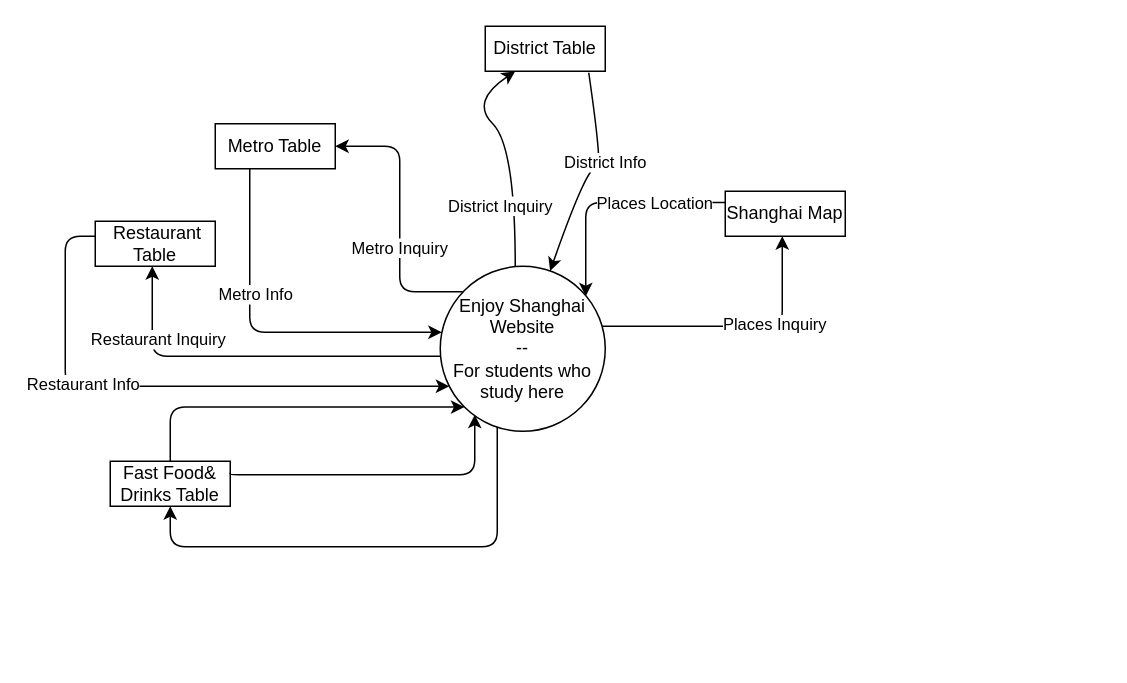
Earlier version of the draw.io diagram Untitled Diagram.drawio (oscarzhu8/Assignment). Source tidied: cells renumbered, new cells numbered last; positions are measured from the earlier drawing's top-left corner, leaving out a move shared by most shapes. Both pictures are drawn from the tidied source at 150%, with x=0, y=0 at pixel (64, 26).
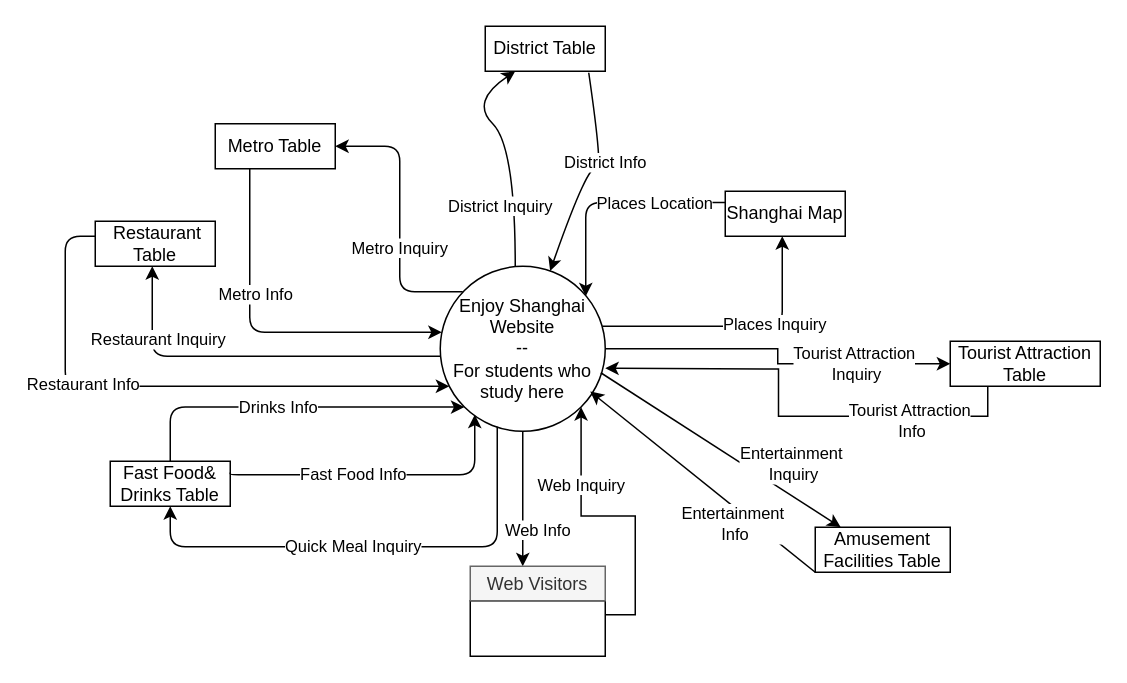
The same page after the edit.

Unchanged cells that the change refers to:
```xml
<mxCell id="2" value="Enjoy Shanghai Website&lt;br&gt;--&lt;br&gt;For students who study here" style="ellipse;whiteSpace=wrap;html=1;" parent="1" vertex="1">
  <mxGeometry x="250" y="160" width="110" height="110" as="geometry" />
</mxCell>
```

The edit, as a diff of the source:
```diff
@@
+    <mxCell id="27" style="edgeStyle=orthogonalEdgeStyle;rounded=0;jettySize=auto;html=1;exitX=0.5;exitY=1;exitDx=0;exitDy=0;entryX=0.389;entryY=0;entryDx=0;entryDy=0;entryPerimeter=0;" parent="1" edge="1" source="2" target="34">
+      <mxGeometry relative="1" as="geometry" />
+    </mxCell>
+    <mxCell id="28" style="edgeStyle=orthogonalEdgeStyle;rounded=0;jettySize=auto;html=1;exitX=1;exitY=0.5;exitDx=0;exitDy=0;entryX=0;entryY=0.5;entryDx=0;entryDy=0;" parent="1" edge="1" source="2" target="39">
+      <mxGeometry relative="1" as="geometry" />
+    </mxCell>
@@
+    <mxCell id="29" value="Quick Meal Inquiry" style="edgeLabel;html=1;align=center;verticalAlign=middle;" parent="1" vertex="1">
+      <mxGeometry x="450" y="408" as="geometry">
+        <mxPoint x="-259" y="-62" as="offset" />
+      </mxGeometry>
+    </mxCell>
+    <mxCell id="30" value="Fast Food Info" style="edgeLabel;html=1;align=center;verticalAlign=middle;" parent="1" vertex="1">
+      <mxGeometry x="450" y="360" as="geometry">
+        <mxPoint x="-259" y="-62" as="offset" />
+      </mxGeometry>
+    </mxCell>
+    <mxCell id="31" value="Drinks Info" style="edgeLabel;html=1;align=center;verticalAlign=middle;" parent="1" vertex="1">
+      <mxGeometry x="400" y="315" as="geometry">
+        <mxPoint x="-259" y="-62" as="offset" />
+      </mxGeometry>
+    </mxCell>
+    <mxCell id="32" style="edgeStyle=orthogonalEdgeStyle;rounded=0;jettySize=auto;html=1;exitX=1;exitY=0.25;exitDx=0;exitDy=0;entryX=1;entryY=1;entryDx=0;entryDy=0;" parent="1" edge="1" source="33" target="2">
+      <mxGeometry relative="1" as="geometry" />
+    </mxCell>
+    <mxCell id="33" style="whiteSpace=wrap;html=1;gradientColor=#ffffff;" parent="1" vertex="1">
+      <mxGeometry x="270" y="383" width="90" height="37" as="geometry" />
+    </mxCell>
+    <mxCell id="34" value="Web Visitors" style="rounded=0;whiteSpace=wrap;html=1;fillColor=#f5f5f5;strokeColor=#666666;fontColor=#333333;" parent="1" vertex="1">
+      <mxGeometry x="270" y="360" width="90" height="23" as="geometry" />
+    </mxCell>
+    <mxCell id="35" value="Web Info" style="edgeLabel;html=1;align=center;verticalAlign=middle;" parent="1" vertex="1">
+      <mxGeometry x="573" y="397" as="geometry">
+        <mxPoint x="-259" y="-62" as="offset" />
+      </mxGeometry>
+    </mxCell>
+    <mxCell id="36" value="Web Inquiry" style="edgeLabel;html=1;align=center;verticalAlign=middle;" parent="1" vertex="1">
+      <mxGeometry x="602" y="367" as="geometry">
+        <mxPoint x="-259" y="-62" as="offset" />
+      </mxGeometry>
+    </mxCell>
+    <mxCell id="37" value="Amusement &lt;br&gt;Facilities Table" style="whiteSpace=wrap;html=1;gradientColor=#ffffff;" parent="1" vertex="1">
+      <mxGeometry x="500" y="334" width="90" height="30" as="geometry" />
+    </mxCell>
+    <mxCell id="38" style="edgeStyle=orthogonalEdgeStyle;rounded=0;jettySize=auto;html=1;exitX=0.25;exitY=1;exitDx=0;exitDy=0;" parent="1" edge="1" source="39">
+      <mxGeometry relative="1" as="geometry">
+        <mxPoint x="360" y="228" as="targetPoint" />
+      </mxGeometry>
+    </mxCell>
+    <mxCell id="39" value="Tourist Attraction &lt;br&gt;Table" style="whiteSpace=wrap;html=1;gradientColor=#ffffff;" parent="1" vertex="1">
+      <mxGeometry x="590" y="210" width="100" height="30" as="geometry" />
+    </mxCell>
+    <mxCell id="40" value="Tourist Attraction&lt;br&gt;&amp;nbsp;Inquiry" style="edgeLabel;html=1;align=center;verticalAlign=middle;" parent="1" vertex="1">
+      <mxGeometry x="531" y="227" as="geometry">
+        <mxPoint x="-6" y="-3" as="offset" />
+      </mxGeometry>
+    </mxCell>
+    <mxCell id="41" value="Tourist Attraction&lt;br&gt;&amp;nbsp;Info" style="edgeLabel;html=1;align=center;verticalAlign=middle;" parent="1" vertex="1">
+      <mxGeometry x="528" y="225" as="geometry">
+        <mxPoint x="34" y="37" as="offset" />
+      </mxGeometry>
+    </mxCell>
+    <mxCell id="42" style="endArrow=classic;html=1;" parent="1" edge="1">
+      <mxGeometry relative="1" as="geometry">
+        <mxPoint x="357" y="231" as="sourcePoint" />
+        <mxPoint x="517" y="334" as="targetPoint" />
+      </mxGeometry>
+    </mxCell>
+    <mxCell id="43" style="endArrow=classic;html=1;exitX=0;exitY=1;exitDx=0;exitDy=0;" parent="1" edge="1" source="37">
+      <mxGeometry relative="1" as="geometry">
+        <mxPoint x="350" y="243.5" as="targetPoint" />
+      </mxGeometry>
+    </mxCell>
+    <mxCell id="44" value="Entertainment&lt;br&gt;&amp;nbsp;Inquiry" style="edgeLabel;html=1;align=center;verticalAlign=middle;" parent="1" vertex="1">
+      <mxGeometry x="489" y="294" as="geometry">
+        <mxPoint x="-6" y="-3" as="offset" />
+      </mxGeometry>
+    </mxCell>
+    <mxCell id="45" value="Entertainment&lt;br&gt;&amp;nbsp;Info" style="edgeLabel;html=1;align=center;verticalAlign=middle;" parent="1" vertex="1">
+      <mxGeometry x="450" y="334" as="geometry">
+        <mxPoint x="-6" y="-3" as="offset" />
+      </mxGeometry>
+    </mxCell>
```
